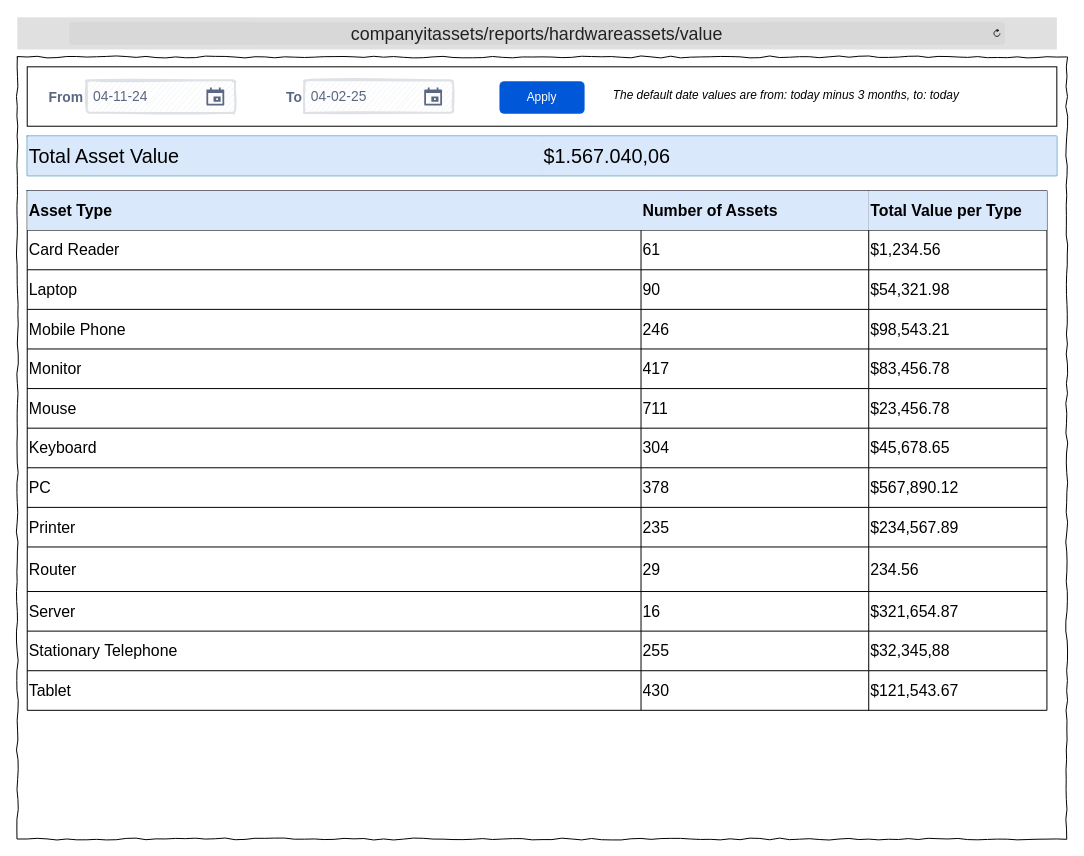
Above: Wireframes/ITAT_Reports_HWValues.drawio in TRed91/ITAssetTracking (draw.io), before the change. Source tidied: cells renumbered, new cells numbered last; positions are measured from the earlier drawing's top-left corner, leaving out a move shared by most shapes. Both pictures are drawn from the tidied source at 99%, with x=0, y=0 at pixel (17, 17).
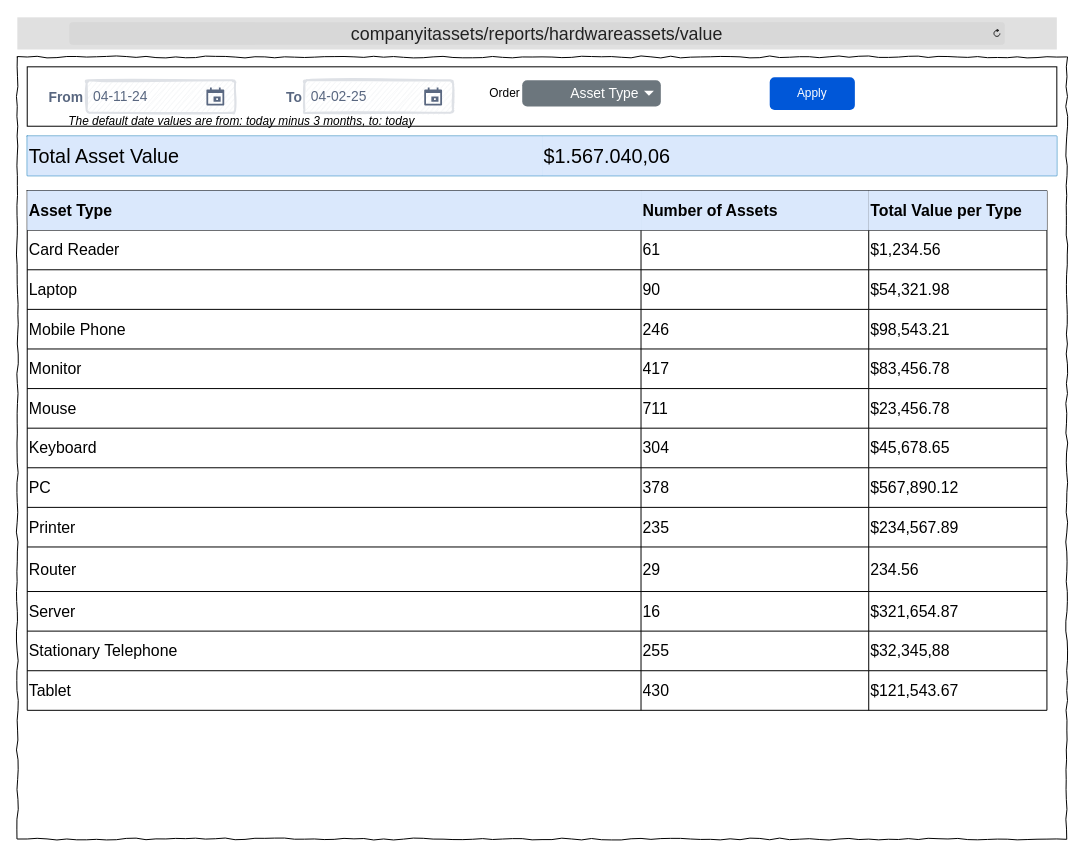
After the change.

The edit, as a diff of the source:
```diff
@@
     <mxCell id="11" value="Apply" style="rounded=1;fillColor=#0057D8;strokeColor=none;html=1;whiteSpace=wrap;fontColor=#ffffff;align=center;verticalAlign=middle;fontStyle=0;fontSize=12;sketch=0;" parent="1" vertex="1">
-      <mxGeometry x="487" y="64.5" width="86" height="33" as="geometry" />
+      <mxGeometry x="760" y="60.5" width="86" height="33" as="geometry" />
     </mxCell>
@@
     <mxCell id="69" value="&lt;i&gt;&lt;font style=&quot;color: light-dark(rgb(0, 0, 0), rgb(125, 125, 125));&quot;&gt;The default date values are from: today minus 3 months, to: today&amp;nbsp;&lt;/font&gt;&lt;/i&gt;" style="text;html=1;align=left;verticalAlign=middle;whiteSpace=wrap;rounded=0;" parent="1" vertex="1">
-      <mxGeometry x="600" y="63.5" width="410" height="30" as="geometry" />
+      <mxGeometry x="50" y="90" width="410" height="30" as="geometry" />
     </mxCell>
+    <mxCell id="70" value="Order" style="text;html=1;align=right;verticalAlign=middle;whiteSpace=wrap;rounded=0;" parent="1" vertex="1">
+      <mxGeometry x="450" y="62" width="60" height="30" as="geometry" />
+    </mxCell>
+    <mxCell id="71" value="Asset Type" style="html=1;shadow=0;dashed=0;shape=mxgraph.bootstrap.rrect;rSize=5;strokeColor=none;strokeWidth=1;fillColor=#6C767D;fontColor=#ffffff;whiteSpace=wrap;align=right;verticalAlign=middle;fontStyle=0;fontSize=14;spacingRight=20;" parent="1" vertex="1">
+      <mxGeometry x="510" y="63.5" width="140" height="26.5" as="geometry" />
+    </mxCell>
+    <mxCell id="72" style="shape=triangle;direction=south;fillColor=#ffffff;strokeColor=none;perimeter=none;" parent="71" vertex="1">
+      <mxGeometry x="1" y="0.5" width="10" height="5" relative="1" as="geometry">
+        <mxPoint x="-17" y="-2.5" as="offset" />
+      </mxGeometry>
+    </mxCell>
```
